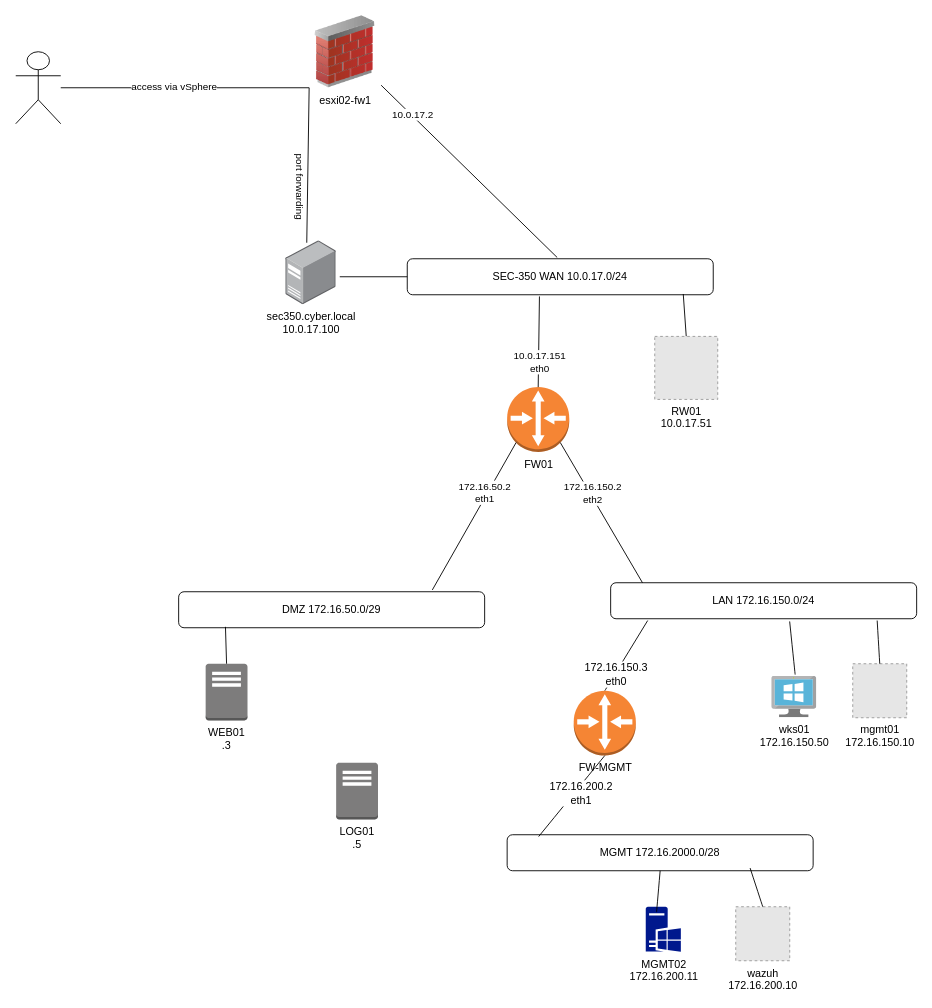
Before: net-sec-controls-sec350/SEC350_network-diagram.drawio in charlottecroce/ChamplainTechJournals, a draw.io diagram. Source tidied: cells renumbered, new cells numbered last; positions are measured from the earlier drawing's top-left corner, leaving out a move shared by most shapes. Both pictures are drawn from the tidied source at 90%, with x=0, y=0 at pixel (15, 15). Pictures stored in the file or linked from it are replaced by grey dashed boxes.
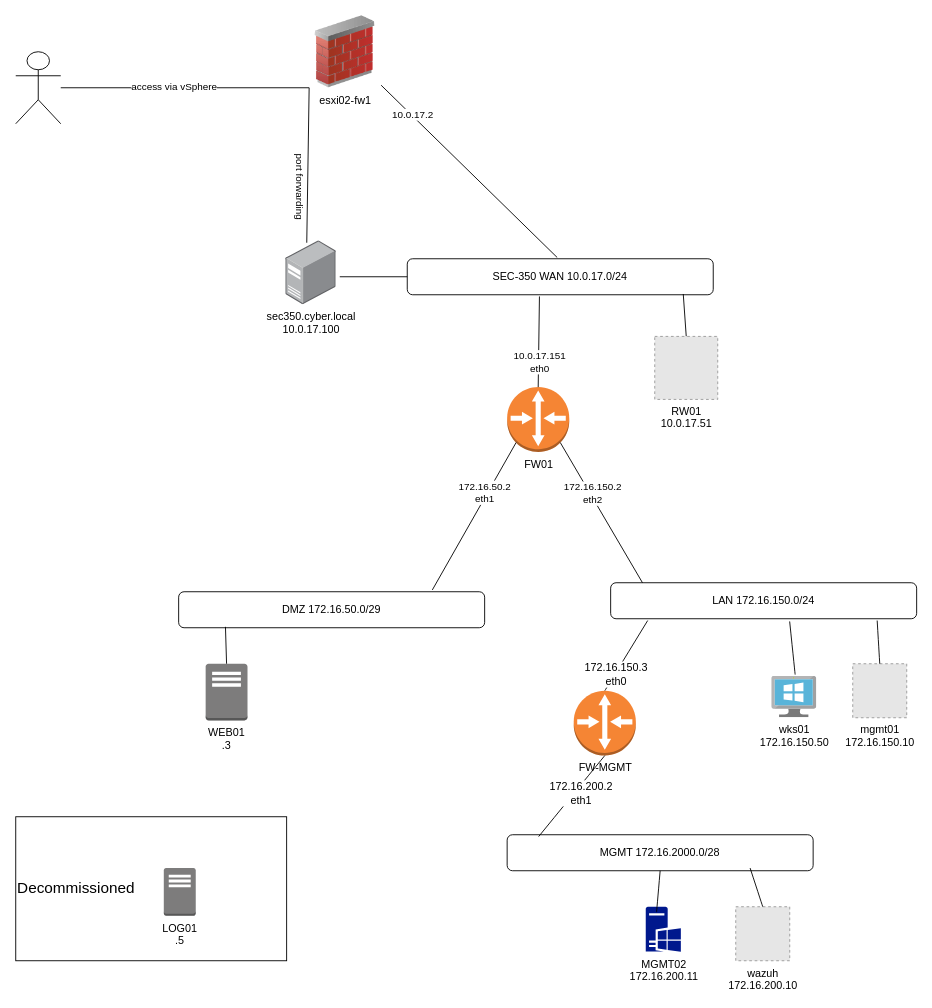
The same page after the edit.

Diff of the diagram source:
```diff
@@
+    <mxCell id="41" value="&lt;font style=&quot;font-size: 17px;&quot;&gt;Decommissioned&lt;/font&gt;" style="rounded=0;whiteSpace=wrap;html=1;align=left;" parent="1" vertex="1">
+      <mxGeometry y="890" width="301" height="160" as="geometry" />
+    </mxCell>
@@
     <mxCell id="11" value="LOG01&lt;div&gt;.5&lt;/div&gt;" style="dashed=0;verticalLabelPosition=bottom;verticalAlign=top;align=center;html=1;shape=mxgraph.aws3.traditional_server;fillColor=#7D7C7C;gradientColor=none;" parent="1" vertex="1">
-      <mxGeometry x="356" y="830" width="46.5" height="63" as="geometry" />
+      <mxGeometry x="164.5" y="947" width="35.5" height="53" as="geometry" />
     </mxCell>
```
